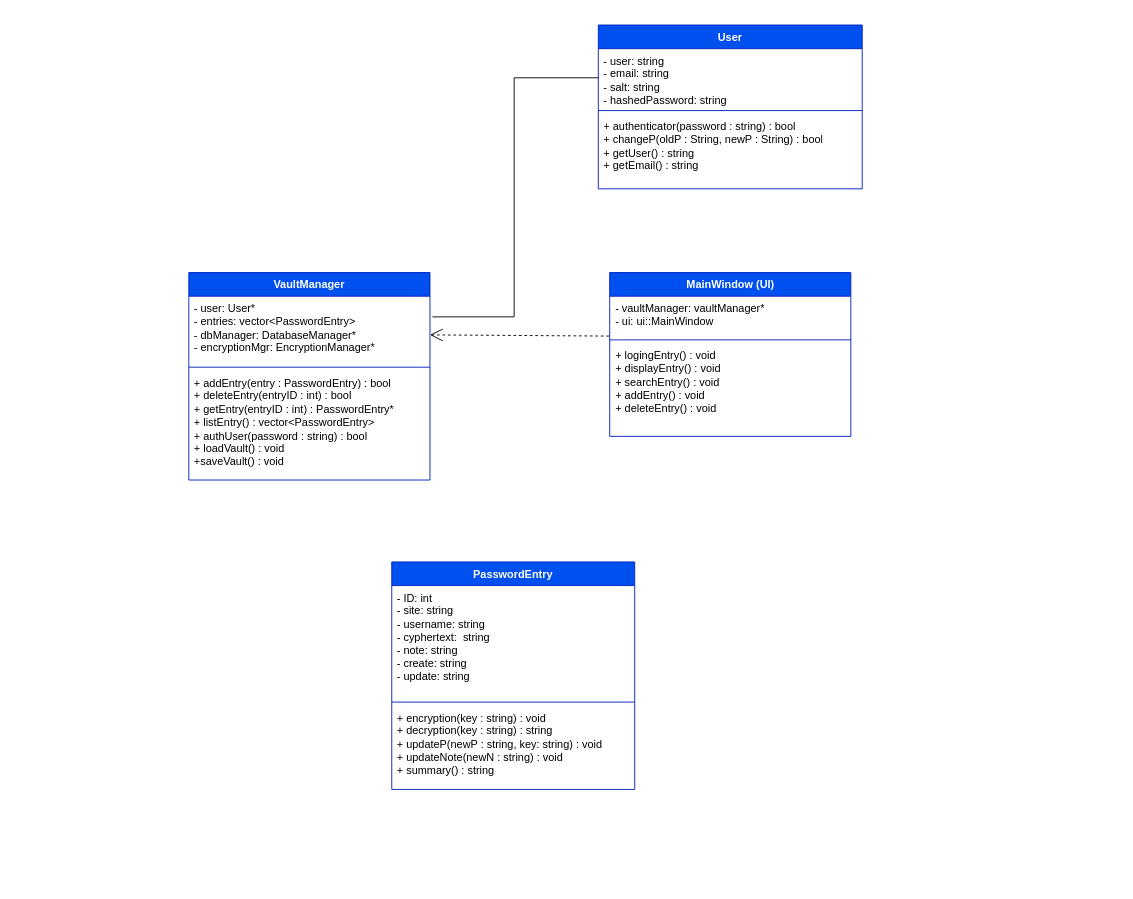
Earlier version of the draw.io diagram docs/UML_Password-Manager.drawio (WilmerSoriano/Password-Manager). Source tidied: cells renumbered, new cells numbered last; positions are measured from the earlier drawing's top-left corner, leaving out a move shared by most shapes. Both pictures are drawn from the tidied source at 91%, with x=0, y=0 at pixel (188, 25).
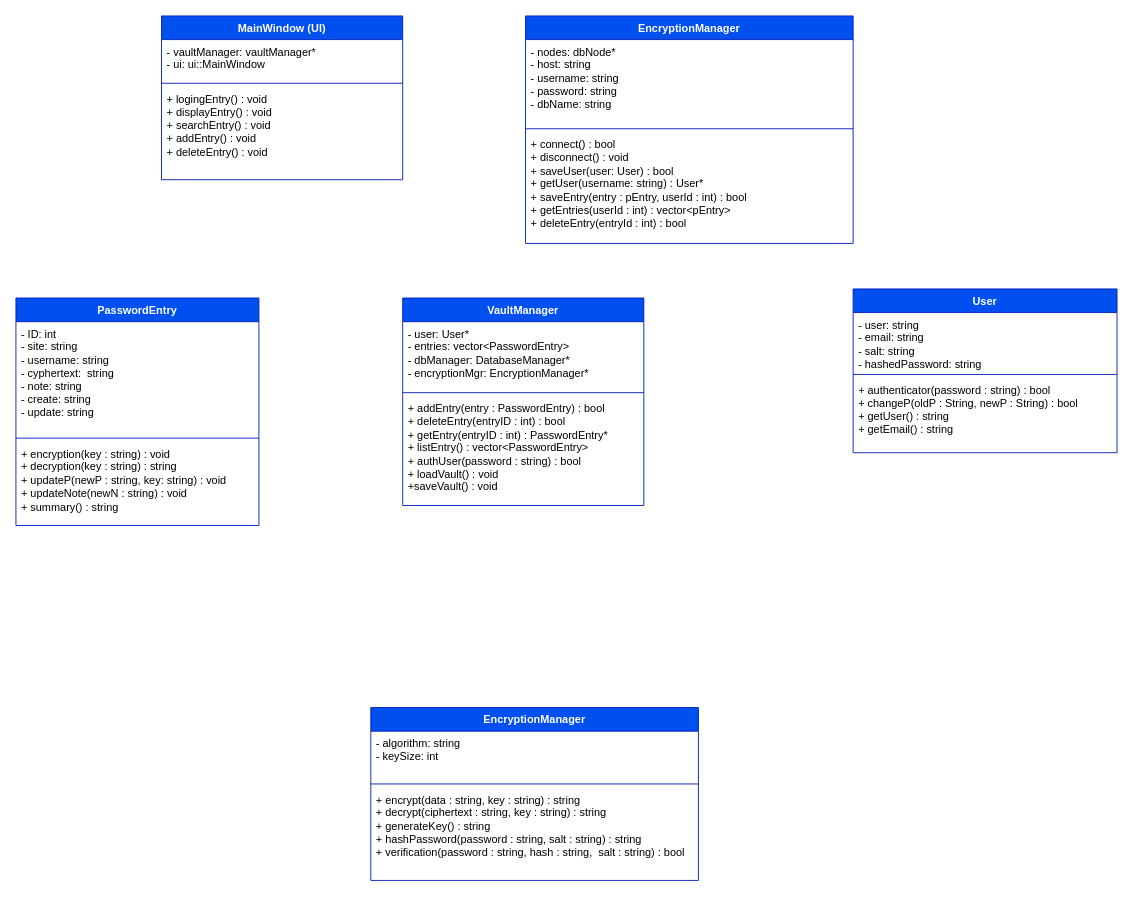
The same diagram, later.

Commit message:
added Database Manager and EncryptionManager

Unchanged cells that the change refers to:
```xml
<mxCell id="3" value="- vaultManager: vaultManager*&lt;div&gt;- ui: ui::MainWindow&lt;/div&gt;" style="text;strokeColor=none;fillColor=none;align=left;verticalAlign=top;spacingLeft=4;spacingRight=4;overflow=hidden;points=[[0,0.5],[1,0.5]];portConstraint=eastwest;whiteSpace=wrap;html=1;" parent="2" vertex="1">
  <mxGeometry y="26" width="265" height="44" as="geometry" />
</mxCell>
<mxCell id="7" value="- user: User*&lt;div&gt;- entries: vector&amp;lt;PasswordEntry&amp;gt;&lt;/div&gt;&lt;div&gt;- dbManager: DatabaseManager*&lt;/div&gt;&lt;div&gt;- encryptionMgr: EncryptionManager*&lt;/div&gt;" style="text;strokeColor=none;fillColor=none;align=left;verticalAlign=top;spacingLeft=4;spacingRight=4;overflow=hidden;points=[[0,0.5],[1,0.5]];portConstraint=eastwest;whiteSpace=wrap;html=1;" parent="6" vertex="1">
  <mxGeometry y="26" width="265" height="74" as="geometry" />
</mxCell>
<mxCell id="12" value="- user: string&lt;div&gt;- email: string&lt;/div&gt;&lt;div&gt;- salt: string&lt;/div&gt;&lt;div&gt;- hashedPassword: string&lt;/div&gt;" style="text;strokeColor=none;fillColor=none;align=left;verticalAlign=top;spacingLeft=4;spacingRight=4;overflow=hidden;points=[[0,0.5],[1,0.5]];portConstraint=eastwest;whiteSpace=wrap;html=1;" parent="11" vertex="1">
  <mxGeometry y="26" width="290" height="64" as="geometry" />
</mxCell>
```

The edit, as a diff of the source:
```diff
@@
     <mxCell id="2" value="MainWindow (UI)" style="swimlane;fontStyle=1;align=center;verticalAlign=top;horizontal=1;startSize=26;whiteSpace=wrap;html=1;fillColor=#0050ef;fontColor=#ffffff;strokeColor=#001DBC;" parent="1" vertex="1">
-      <mxGeometry x="462.5" y="272" width="265" height="180" as="geometry" />
+      <mxGeometry x="-30" y="-10" width="265" height="180" as="geometry" />
     </mxCell>
@@
     <mxCell id="6" value="VaultManager" style="swimlane;fontStyle=1;align=center;verticalAlign=top;horizontal=1;startSize=26;whiteSpace=wrap;html=1;fillColor=#0050ef;fontColor=#ffffff;strokeColor=#001DBC;" parent="1" vertex="1">
-      <mxGeometry y="272" width="265" height="228" as="geometry" />
+      <mxGeometry x="235" y="300" width="265" height="228" as="geometry" />
     </mxCell>
@@
-    <mxCell id="10" style="endArrow=open;endSize=12;dashed=1;html=1;rounded=0;exitX=-0.003;exitY=0.996;exitDx=0;exitDy=0;entryX=0.996;entryY=0.304;entryDx=0;entryDy=0;entryPerimeter=0;exitPerimeter=0;" parent="1" edge="1" source="3">
-      <mxGeometry relative="1" as="geometry">
-        <mxPoint x="265" y="340.5" as="targetPoint" />
-      </mxGeometry>
-    </mxCell>
     <mxCell id="11" value="User" style="swimlane;fontStyle=1;align=center;verticalAlign=top;horizontal=1;startSize=26;whiteSpace=wrap;html=1;fillColor=#0050ef;fontColor=#ffffff;strokeColor=#001DBC;" parent="1" vertex="1">
-      <mxGeometry x="450" width="290" height="180" as="geometry" />
+      <mxGeometry x="730" y="290" width="290" height="180" as="geometry" />
     </mxCell>
@@
-    <mxCell id="15" style="endArrow=none;html=1;edgeStyle=orthogonalEdgeStyle;rounded=0;exitX=0;exitY=0.5;exitDx=0;exitDy=0;entryX=1.01;entryY=0.307;entryDx=0;entryDy=0;entryPerimeter=0;" parent="1" edge="1" source="12" target="7">
-      <mxGeometry relative="1" as="geometry" />
-    </mxCell>
     <mxCell id="16" value="PasswordEntry" style="swimlane;fontStyle=1;align=center;verticalAlign=top;horizontal=1;startSize=26;whiteSpace=wrap;html=1;fillColor=#0050ef;fontColor=#ffffff;strokeColor=#001DBC;" parent="1" vertex="1">
-      <mxGeometry x="223" y="590" width="267" height="250" as="geometry" />
+      <mxGeometry x="-190" y="300" width="267" height="250" as="geometry" />
     </mxCell>
@@
+    <mxCell id="20" value="EncryptionManager" style="swimlane;fontStyle=1;align=center;verticalAlign=top;horizontal=1;startSize=26;whiteSpace=wrap;html=1;fillColor=#0050ef;fontColor=#ffffff;strokeColor=#001DBC;" parent="1" vertex="1">
+      <mxGeometry x="200" y="750" width="360" height="190" as="geometry" />
+    </mxCell>
+    <mxCell id="21" value="- algorithm: string&lt;div&gt;- keySize: int&lt;/div&gt;" style="text;strokeColor=none;fillColor=none;align=left;verticalAlign=top;spacingLeft=4;spacingRight=4;overflow=hidden;whiteSpace=wrap;html=1;" parent="20" vertex="1">
+      <mxGeometry y="26" width="360" height="54" as="geometry" />
+    </mxCell>
+    <mxCell id="22" style="line;strokeWidth=1;fillColor=none;align=left;verticalAlign=middle;spacingTop=-1;spacingLeft=3;spacingRight=3;labelPosition=right;strokeColor=inherit;" parent="20" vertex="1">
+      <mxGeometry y="80" width="360" height="8" as="geometry" />
+    </mxCell>
+    <mxCell id="23" value="+ encrypt(data : string, key : string) : string&lt;div&gt;+ decrypt(ciphertext : string, key : string) : string&lt;/div&gt;&lt;div&gt;+ generateKey() : string&lt;/div&gt;&lt;div&gt;+ hashPassword(password : string, salt : string) : string&lt;/div&gt;&lt;div&gt;+ verification(password : string, hash : string,&amp;nbsp; salt : string) : bool&lt;/div&gt;&lt;div&gt;&lt;br&gt;&lt;/div&gt;" style="text;strokeColor=none;fillColor=none;align=left;verticalAlign=top;spacingLeft=4;spacingRight=4;overflow=hidden;whiteSpace=wrap;html=1;" parent="20" vertex="1">
+      <mxGeometry y="88" width="360" height="102" as="geometry" />
+    </mxCell>
+    <mxCell id="24" value="EncryptionManager" style="swimlane;fontStyle=1;align=center;verticalAlign=top;horizontal=1;startSize=26;whiteSpace=wrap;html=1;fillColor=#0050ef;fontColor=#ffffff;strokeColor=#001DBC;" parent="1" vertex="1">
+      <mxGeometry x="370" y="-10" width="360" height="250" as="geometry" />
+    </mxCell>
+    <mxCell id="25" value="- nodes: dbNode*&lt;div&gt;- host: string&lt;/div&gt;&lt;div&gt;- username: string&lt;/div&gt;&lt;div&gt;- password: string&lt;/div&gt;&lt;div&gt;- dbName: string&lt;/div&gt;" style="text;strokeColor=none;fillColor=none;align=left;verticalAlign=top;spacingLeft=4;spacingRight=4;overflow=hidden;whiteSpace=wrap;html=1;" parent="24" vertex="1">
+      <mxGeometry y="26" width="360" height="94" as="geometry" />
+    </mxCell>
+    <mxCell id="26" style="line;strokeWidth=1;fillColor=none;align=left;verticalAlign=middle;spacingTop=-1;spacingLeft=3;spacingRight=3;labelPosition=right;strokeColor=inherit;" parent="24" vertex="1">
+      <mxGeometry y="120" width="360" height="8" as="geometry" />
+    </mxCell>
+    <mxCell id="27" value="&lt;div&gt;+ connect() : bool&lt;/div&gt;&lt;div&gt;+ disconnect() : void&lt;/div&gt;&lt;div&gt;+ saveUser(user: User) : bool&lt;/div&gt;&lt;div&gt;+ getUser(username: string) : User*&lt;/div&gt;&lt;div&gt;+ saveEntry(entry : pEntry, userId : int) : bool&lt;/div&gt;&lt;div&gt;+ getEntries(userId : int) : vector&amp;lt;pEntry&amp;gt;&lt;/div&gt;&lt;div&gt;+ deleteEntry(entryId : int) : bool&lt;/div&gt;" style="text;strokeColor=none;fillColor=none;align=left;verticalAlign=top;spacingLeft=4;spacingRight=4;overflow=hidden;whiteSpace=wrap;html=1;" parent="24" vertex="1">
+      <mxGeometry y="128" width="360" height="122" as="geometry" />
+    </mxCell>
```
